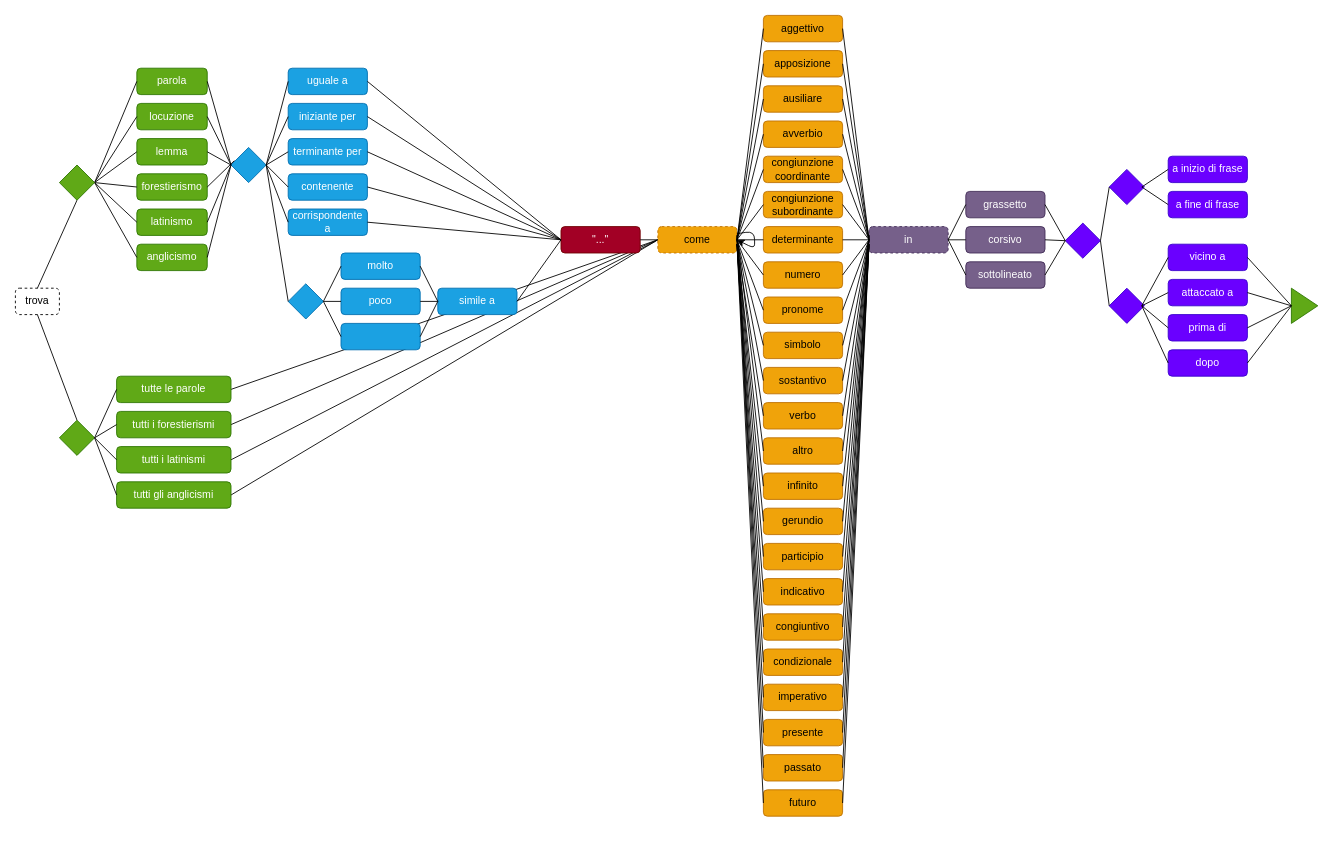
vedph/minerva-app keeps this draw.io diagram as pqita.drawio. Above is the earlier version. Source tidied: cells renumbered, new cells numbered last; positions are measured from the earlier drawing's top-left corner, leaving out a move shared by most shapes. Both pictures are drawn from the tidied source at 88%, with x=0, y=0 at pixel (15, 15).
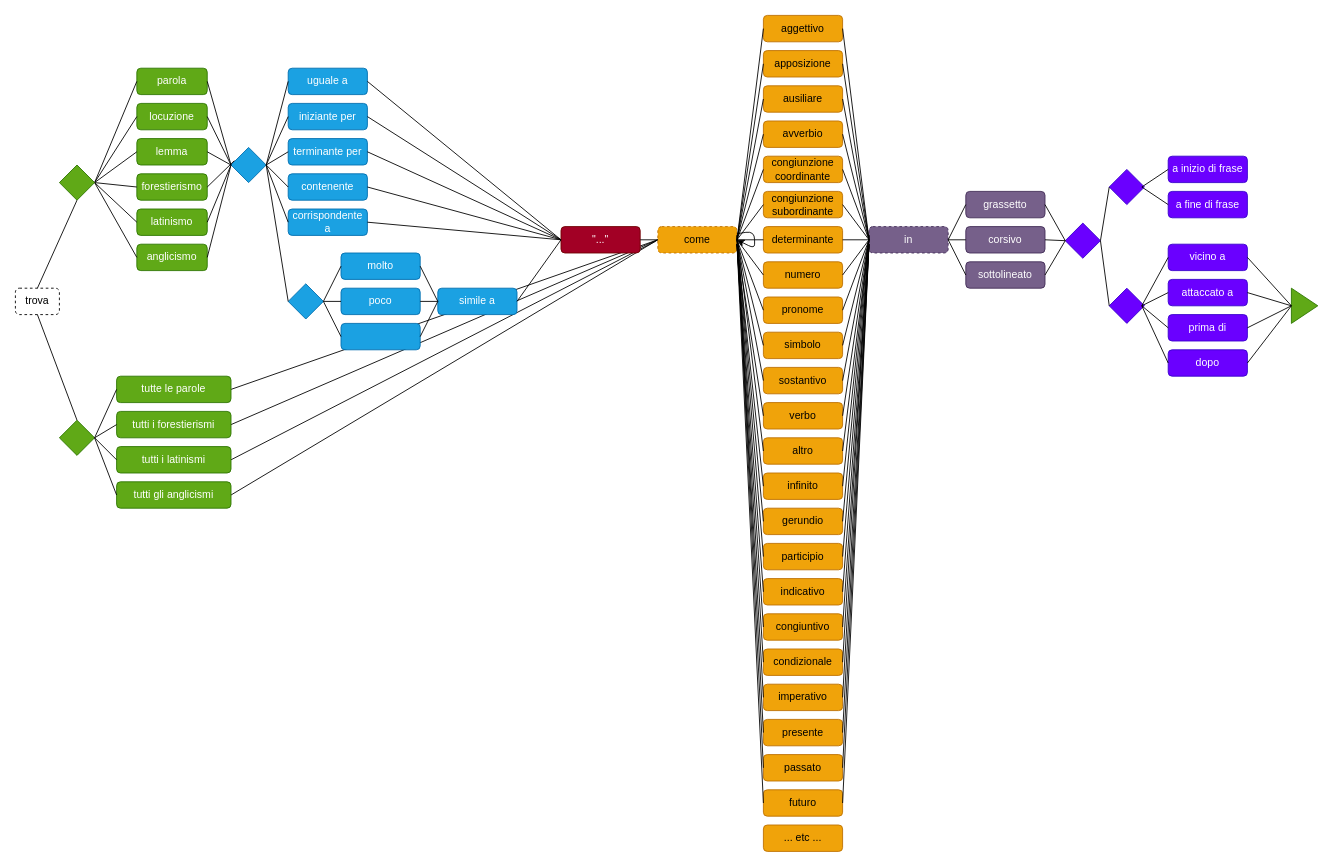
Above is the later version.

What changed in the source:
```diff
@@
+    <mxCell id="171" value="... etc ..." style="rounded=1;whiteSpace=wrap;html=1;fillColor=#f0a30a;fontColor=#000000;strokeColor=#BD7000;" parent="1" vertex="1">
+      <mxGeometry x="850" y="920" width="90" height="30" as="geometry" />
+    </mxCell>
```
